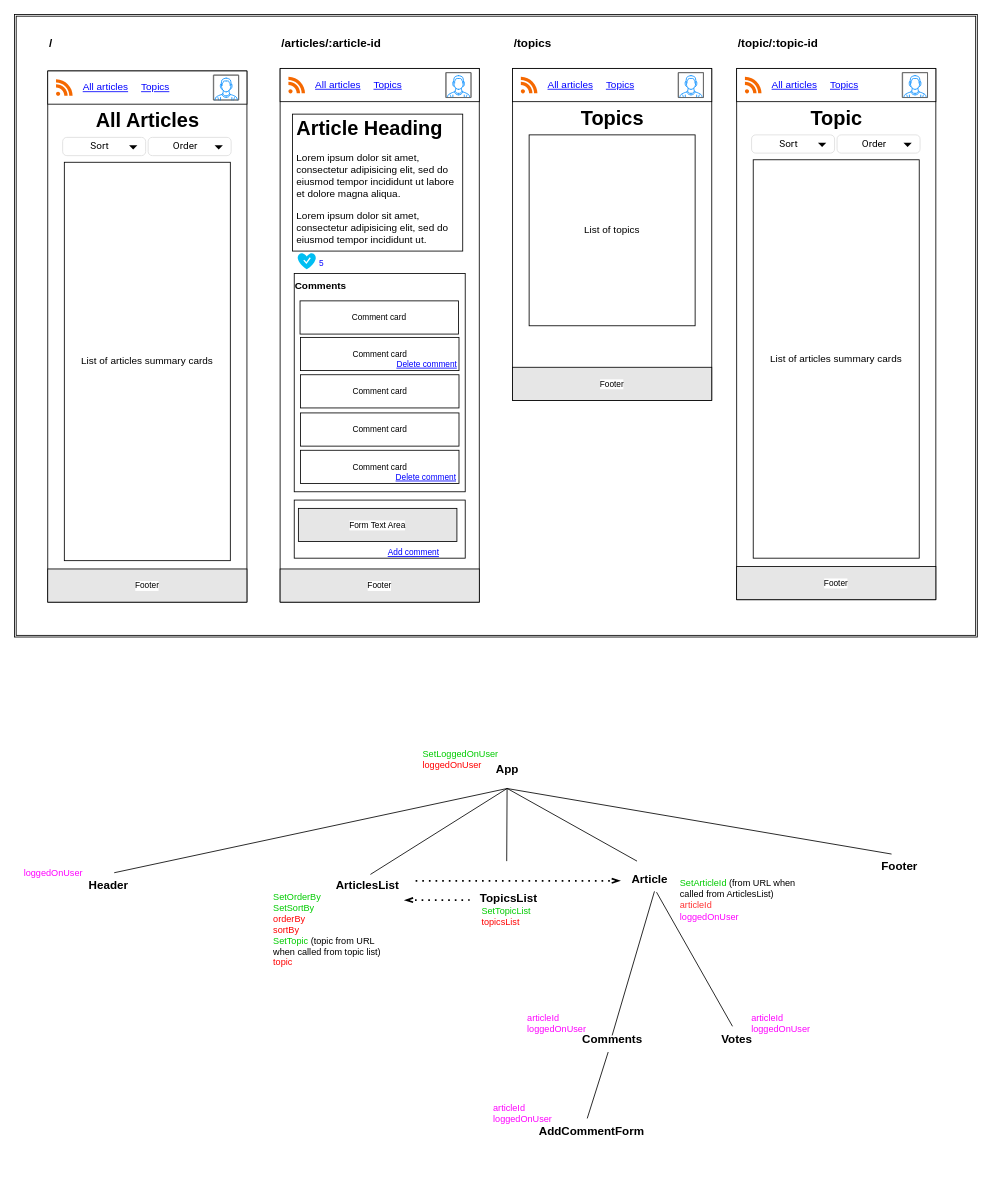
This is plan.drawio from marcusyoung/nc-news, a draw.io file, before an edit. Source tidied: cells renumbered, new cells numbered last; positions are measured from the earlier drawing's top-left corner, leaving out a move shared by most shapes. Both pictures are drawn from the tidied source at 83%, with x=0, y=0 at pixel (14, 14).
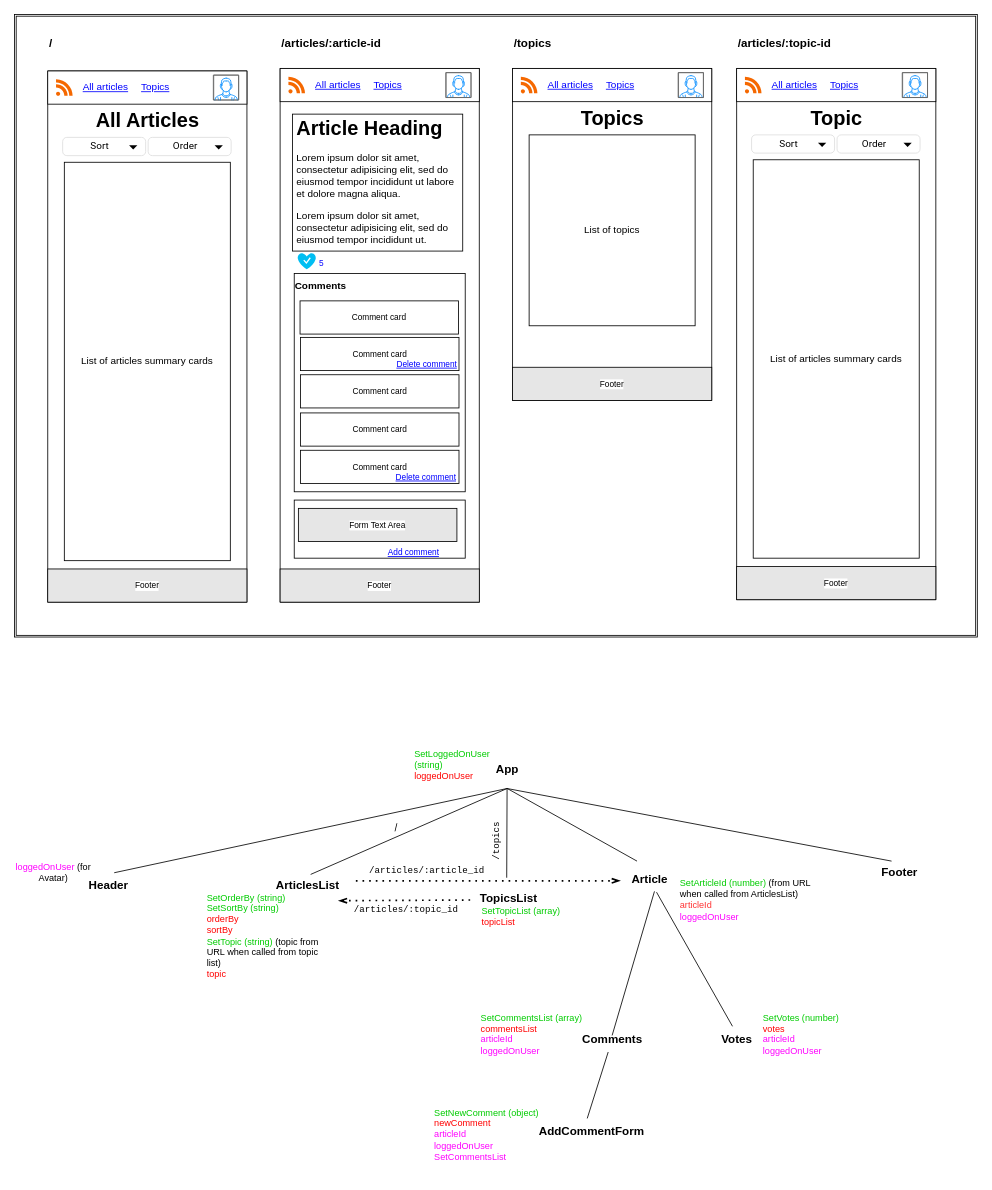
Above is the later version.

Unchanged cells that the change refers to:
```xml
<mxCell id="66" value="App" style="text;html=1;strokeColor=none;fillColor=none;align=center;verticalAlign=middle;whiteSpace=wrap;rounded=0;shadow=0;labelBackgroundColor=none;labelBorderColor=none;sketch=0;fillStyle=auto;strokeWidth=2;fontSize=14;fontColor=#000000;fontStyle=1;" parent="1" vertex="1">
  <mxGeometry x="546.6" y="885.6" width="93.7" height="46.8" as="geometry" />
</mxCell>
<mxCell id="69" value="TopicsList" style="text;html=1;align=center;verticalAlign=middle;points=[];strokeColor=none;fillColor=none;fontSize=14;fontColor=#000000;fontStyle=1;" parent="1" vertex="1">
  <mxGeometry x="550.3" y="1049.6" width="90" height="30" as="geometry" />
</mxCell>
```

What changed in the source:
```diff
@@
-    <mxCell id="50" value="&lt;span style=&quot;font-size: 14px;&quot;&gt;/topic/:topic-id&lt;/span&gt;" style="text;html=1;strokeColor=none;fillColor=none;align=left;verticalAlign=middle;whiteSpace=wrap;rounded=0;labelBackgroundColor=default;fontSize=14;fontColor=#000000;fontStyle=1;" parent="1" vertex="1">
-      <mxGeometry x="870" y="20" width="110" height="30" as="geometry" />
+    <mxCell id="50" value="&lt;span style=&quot;font-size: 14px;&quot;&gt;/articles/:topic-id&lt;/span&gt;" style="text;html=1;strokeColor=none;fillColor=none;align=left;verticalAlign=middle;whiteSpace=wrap;rounded=0;labelBackgroundColor=default;fontSize=14;fontColor=#000000;fontStyle=1;" parent="1" vertex="1">
+      <mxGeometry x="870" y="20" width="140" height="30" as="geometry" />
     </mxCell>
@@
-    <mxCell id="65" value="&lt;font color=&quot;#00cc00&quot;&gt;SetOrderBy&lt;br&gt;SetSortBy&lt;/font&gt;&lt;br&gt;&lt;font color=&quot;#ff0000&quot;&gt;orderBy&lt;/font&gt;&lt;br&gt;&lt;font color=&quot;#ff0000&quot;&gt;sortBy&lt;/font&gt;&lt;br&gt;&lt;font color=&quot;#00cc00&quot;&gt;SetTopic&lt;/font&gt;&lt;font color=&quot;#ff0000&quot;&gt; &lt;/font&gt;(topic from URL when called from topic list)&lt;br&gt;&lt;font color=&quot;#ff0000&quot;&gt;topic&lt;/font&gt;" style="text;html=1;strokeColor=none;fillColor=none;align=left;verticalAlign=middle;whiteSpace=wrap;rounded=0;fontSize=11;" parent="1" vertex="1">
-      <mxGeometry x="310" y="1049.6" width="150" height="106" as="geometry" />
+    <mxCell id="65" value="&lt;font color=&quot;#00cc00&quot;&gt;SetOrderBy (string)&lt;br&gt;SetSortBy (string)&lt;/font&gt;&lt;br&gt;&lt;font color=&quot;#ff0000&quot;&gt;orderBy&lt;/font&gt;&lt;br&gt;&lt;font color=&quot;#ff0000&quot;&gt;sortBy&lt;/font&gt;&lt;br&gt;&lt;font color=&quot;#00cc00&quot;&gt;SetTopic (string)&lt;/font&gt;&lt;font color=&quot;#ff0000&quot;&gt; &lt;/font&gt;(topic from URL when called from topic list)&lt;br&gt;&lt;font color=&quot;#ff0000&quot;&gt;topic&lt;/font&gt;" style="text;html=1;strokeColor=none;fillColor=none;align=left;verticalAlign=middle;whiteSpace=wrap;rounded=0;fontSize=11;" parent="1" vertex="1">
+      <mxGeometry x="230" y="1057.4" width="150" height="106" as="geometry" />
     </mxCell>
@@
     <mxCell id="68" value="ArticlesList" style="text;html=1;align=center;verticalAlign=middle;points=[];strokeColor=none;fillColor=none;fontSize=14;fontColor=#000000;fontStyle=1;" parent="1" vertex="1">
-      <mxGeometry x="374.8" y="1034" width="100" height="30" as="geometry" />
+      <mxGeometry x="302.8" y="1034" width="100" height="30" as="geometry" />
     </mxCell>
@@
     <mxCell id="71" value="Footer" style="text;html=1;align=center;verticalAlign=middle;points=[];strokeColor=none;fillColor=none;fontSize=14;fontColor=#000000;fontStyle=1;" parent="1" vertex="1">
-      <mxGeometry x="1030.7" y="1010.5" width="70" height="30" as="geometry" />
+      <mxGeometry x="1030.7" y="1019" width="70" height="30" as="geometry" />
     </mxCell>
@@
-    <mxCell id="76" style="endArrow=none;html=1;fontSize=11;fontColor=#000000;entryX=0.5;entryY=1;entryDx=0;entryDy=0;" parent="1" edge="1" target="66">
-      <mxGeometry relative="1" as="geometry">
-        <mxPoint x="593" y="1020" as="sourcePoint" />
-      </mxGeometry>
-    </mxCell>
@@
-    <mxCell id="78" value="&lt;font color=&quot;#00cc00&quot;&gt;SetArticleId&lt;/font&gt;&lt;font color=&quot;#ff3333&quot;&gt; &lt;/font&gt;(from URL when called from ArticlesList)&lt;font color=&quot;#ff3333&quot;&gt;&lt;br&gt;articleId&lt;/font&gt;&lt;br&gt;&lt;font color=&quot;#ff00ff&quot;&gt;loggedOnUser&lt;br&gt;&lt;/font&gt;" style="text;html=1;strokeColor=none;fillColor=none;align=left;verticalAlign=top;whiteSpace=wrap;rounded=0;fontSize=11;fontColor=#000000;" parent="1" vertex="1">
+    <mxCell id="78" value="&lt;font color=&quot;#00cc00&quot;&gt;SetArticleId (number)&lt;/font&gt;&lt;font color=&quot;#ff3333&quot;&gt; &lt;/font&gt;(from URL when called from ArticlesList)&lt;font color=&quot;#ff3333&quot;&gt;&lt;br&gt;articleId&lt;/font&gt;&lt;br&gt;&lt;font color=&quot;#ff00ff&quot;&gt;loggedOnUser&lt;br&gt;&lt;/font&gt;" style="text;html=1;strokeColor=none;fillColor=none;align=left;verticalAlign=top;whiteSpace=wrap;rounded=0;fontSize=11;fontColor=#000000;" parent="1" vertex="1">
       <mxGeometry x="800" y="1034" width="160" height="62.5" as="geometry" />
     </mxCell>
@@
-    <mxCell id="80" value="&lt;font color=&quot;#ff00ff&quot;&gt;articleId&lt;br&gt;loggedOnUser&lt;br&gt;&lt;/font&gt;" style="text;html=1;strokeColor=none;fillColor=none;align=left;verticalAlign=top;whiteSpace=wrap;rounded=0;fontSize=11;fontColor=#000000;" parent="1" vertex="1">
-      <mxGeometry x="616.2" y="1196.1" width="83.8" height="39" as="geometry" />
+    <mxCell id="80" value="&lt;font color=&quot;#00cc00&quot;&gt;SetCommentsList (array)&lt;br&gt;&lt;/font&gt;&lt;font color=&quot;#ff0000&quot;&gt;commentsList&lt;/font&gt;&lt;br&gt;&lt;font color=&quot;#ff00ff&quot;&gt;articleId&lt;/font&gt;&lt;br&gt;&lt;font color=&quot;#ff00ff&quot;&gt;loggedOnUser&lt;/font&gt;" style="text;html=1;strokeColor=none;fillColor=none;align=left;verticalAlign=top;whiteSpace=wrap;rounded=0;fontSize=11;fontColor=#000000;" parent="1" vertex="1">
+      <mxGeometry x="560" y="1196.1" width="140" height="39" as="geometry" />
     </mxCell>
@@
-    <mxCell id="83" value="&lt;font color=&quot;#ff00ff&quot;&gt;articleId&lt;br&gt;loggedOnUser&lt;br&gt;&lt;/font&gt;" style="text;html=1;strokeColor=none;fillColor=none;align=left;verticalAlign=top;whiteSpace=wrap;rounded=0;fontSize=11;fontColor=#000000;" parent="1" vertex="1">
-      <mxGeometry x="886" y="1196.1" width="78.1" height="31.2" as="geometry" />
+    <mxCell id="83" value="&lt;font color=&quot;#00cc00&quot;&gt;SetVotes (number)&lt;/font&gt;&lt;br&gt;&lt;font color=&quot;#ff0000&quot;&gt;votes&lt;/font&gt;&lt;br&gt;&lt;font color=&quot;#ff00ff&quot;&gt;articleId&lt;/font&gt;&lt;br&gt;&lt;font color=&quot;#ff00ff&quot;&gt;loggedOnUser&lt;/font&gt;" style="text;html=1;strokeColor=none;fillColor=none;align=left;verticalAlign=top;whiteSpace=wrap;rounded=0;fontSize=11;fontColor=#000000;" parent="1" vertex="1">
+      <mxGeometry x="900" y="1196.1" width="100" height="63.9" as="geometry" />
     </mxCell>
@@
-    <mxCell id="85" value="&lt;font color=&quot;#00cc00&quot;&gt;SetLoggedOnUser&lt;/font&gt;&lt;br&gt;&lt;font color=&quot;#ff0000&quot;&gt;loggedOnUser&lt;/font&gt;" style="text;html=1;strokeColor=none;fillColor=none;align=left;verticalAlign=top;whiteSpace=wrap;rounded=0;fontSize=11;fontColor=#000000;" parent="1" vertex="1">
-      <mxGeometry x="490" y="877.8" width="171.8" height="62.5" as="geometry" />
+    <mxCell id="85" value="&lt;font color=&quot;#00cc00&quot;&gt;SetLoggedOnUser (string)&lt;/font&gt;&lt;br&gt;&lt;font color=&quot;#ff0000&quot;&gt;loggedOnUser&lt;/font&gt;" style="text;html=1;strokeColor=none;fillColor=none;align=left;verticalAlign=top;whiteSpace=wrap;rounded=0;fontSize=11;fontColor=#000000;" parent="1" vertex="1">
+      <mxGeometry x="480" y="877.8" width="100" height="52.2" as="geometry" />
     </mxCell>
-    <mxCell id="86" style="endArrow=none;dashed=1;html=1;dashPattern=1 3;strokeWidth=2;fontSize=11;fontColor=#FF0000;entryX=-0.013;entryY=0.576;entryDx=0;entryDy=0;entryPerimeter=0;endFill=0;startArrow=openThin;startFill=0;" parent="1" edge="1" target="69">
-      <mxGeometry relative="1" as="geometry">
-        <mxPoint x="470" y="1067" as="sourcePoint" />
-      </mxGeometry>
+    <mxCell id="86" style="endArrow=none;dashed=1;html=1;dashPattern=1 3;strokeWidth=2;fontSize=11;fontColor=#FF0000;entryX=-0.013;entryY=0.576;entryDx=0;entryDy=0;entryPerimeter=0;endFill=0;startArrow=openThin;startFill=0;exitX=0.877;exitY=1.122;exitDx=0;exitDy=0;exitPerimeter=0;" parent="1" edge="1" source="68" target="69">
+      <mxGeometry relative="1" as="geometry" />
     </mxCell>
-    <mxCell id="87" value="&lt;font color=&quot;#ff00ff&quot;&gt;articleId&lt;br&gt;loggedOnUser&lt;br&gt;&lt;/font&gt;" style="text;html=1;strokeColor=none;fillColor=none;align=left;verticalAlign=top;whiteSpace=wrap;rounded=0;fontSize=11;fontColor=#000000;" parent="1" vertex="1">
-      <mxGeometry x="574.9" y="1305" width="93.2" height="45.8" as="geometry" />
+    <mxCell id="87" value="&lt;font color=&quot;#00cc00&quot;&gt;SetNewComment (object)&lt;/font&gt;&lt;font color=&quot;#ff0000&quot;&gt;&lt;br&gt;newComment&lt;/font&gt;&lt;br&gt;&lt;font color=&quot;#ff00ff&quot;&gt;articleId&lt;/font&gt;&lt;br&gt;&lt;font color=&quot;#ff00ff&quot;&gt;loggedOnUser&lt;br&gt;SetCommentsList&lt;br&gt;&lt;/font&gt;" style="text;html=1;strokeColor=none;fillColor=none;align=left;verticalAlign=top;whiteSpace=wrap;rounded=0;fontSize=11;fontColor=#000000;" parent="1" vertex="1">
+      <mxGeometry x="504.2" y="1310" width="143.4" height="89" as="geometry" />
     </mxCell>
-    <mxCell id="88" value="&lt;font color=&quot;#ff00ff&quot;&gt;loggedOnUser&lt;/font&gt;" style="text;html=1;strokeColor=none;fillColor=none;align=center;verticalAlign=middle;whiteSpace=wrap;rounded=0;fontSize=11;fontColor=#FF0000;" parent="1" vertex="1">
+    <mxCell id="88" value="&lt;font color=&quot;#ff00ff&quot;&gt;loggedOnUser &lt;/font&gt;&lt;font color=&quot;#000000&quot;&gt;(for Avatar)&lt;/font&gt;" style="text;html=1;strokeColor=none;fillColor=none;align=center;verticalAlign=middle;whiteSpace=wrap;rounded=0;fontSize=11;fontColor=#FF0000;" parent="1" vertex="1">
       <mxGeometry y="1010.5" width="93.7" height="46.8" as="geometry" />
     </mxCell>
-    <mxCell id="89" value="&lt;font color=&quot;#00cc00&quot;&gt;SetTopicList&lt;/font&gt;&lt;br&gt;&lt;font color=&quot;#ff0000&quot;&gt;topicsList&lt;/font&gt;" style="text;html=1;strokeColor=none;fillColor=none;align=left;verticalAlign=middle;whiteSpace=wrap;rounded=0;fontSize=11;fontColor=#FF00FF;" parent="1" vertex="1">
+    <mxCell id="89" value="&lt;font color=&quot;#00cc00&quot;&gt;SetTopicList (array)&lt;/font&gt;&lt;br&gt;&lt;font color=&quot;#ff0000&quot;&gt;topicList&lt;/font&gt;" style="text;html=1;strokeColor=none;fillColor=none;align=left;verticalAlign=middle;whiteSpace=wrap;rounded=0;fontSize=11;fontColor=#FF00FF;" parent="1" vertex="1">
       <mxGeometry x="560.7" y="1064" width="109.3" height="46.8" as="geometry" />
     </mxCell>
@@
+    <mxCell id="91" style="endArrow=none;html=1;fontColor=#FF0000;entryX=0.5;entryY=1;entryDx=0;entryDy=0;" parent="1" edge="1" target="66">
+      <mxGeometry relative="1" as="geometry">
+        <mxPoint x="593" y="1040" as="sourcePoint" />
+      </mxGeometry>
+    </mxCell>
+    <mxCell id="92" value="&lt;font face=&quot;Courier New&quot;&gt;/&lt;/font&gt;" style="text;html=1;strokeColor=none;fillColor=none;align=center;verticalAlign=middle;whiteSpace=wrap;rounded=0;fontColor=#000000;rotation=-15;" parent="1" vertex="1">
+      <mxGeometry x="430" y="965" width="60" height="30" as="geometry" />
+    </mxCell>
+    <mxCell id="93" value="&lt;font face=&quot;Courier New&quot; style=&quot;font-size: 11px;&quot;&gt;/topics&lt;/font&gt;" style="text;html=1;strokeColor=none;fillColor=none;align=center;verticalAlign=middle;whiteSpace=wrap;rounded=0;fontColor=#000000;rotation=-90;fontSize=11;" parent="1" vertex="1">
+      <mxGeometry x="550.3" y="980.5" width="60" height="30" as="geometry" />
+    </mxCell>
+    <mxCell id="94" value="/articles/:article_id" style="text;html=1;strokeColor=none;fillColor=none;align=center;verticalAlign=bottom;whiteSpace=wrap;rounded=0;fontFamily=Courier New;fontColor=#000000;rotation=0;fontSize=11;" parent="1" vertex="1">
+      <mxGeometry x="415" y="1010.5" width="163.8" height="30" as="geometry" />
+    </mxCell>
+    <mxCell id="95" value="&lt;font face=&quot;Courier New&quot; style=&quot;font-size: 11px;&quot;&gt;/articles/:topic_id&lt;br style=&quot;font-size: 11px;&quot;&gt;&lt;/font&gt;" style="text;html=1;strokeColor=none;fillColor=none;align=center;verticalAlign=middle;whiteSpace=wrap;rounded=0;fontColor=#000000;rotation=0;fontSize=11;" parent="1" vertex="1">
+      <mxGeometry x="396.6" y="1064" width="150" height="30" as="geometry" />
+    </mxCell>
```
